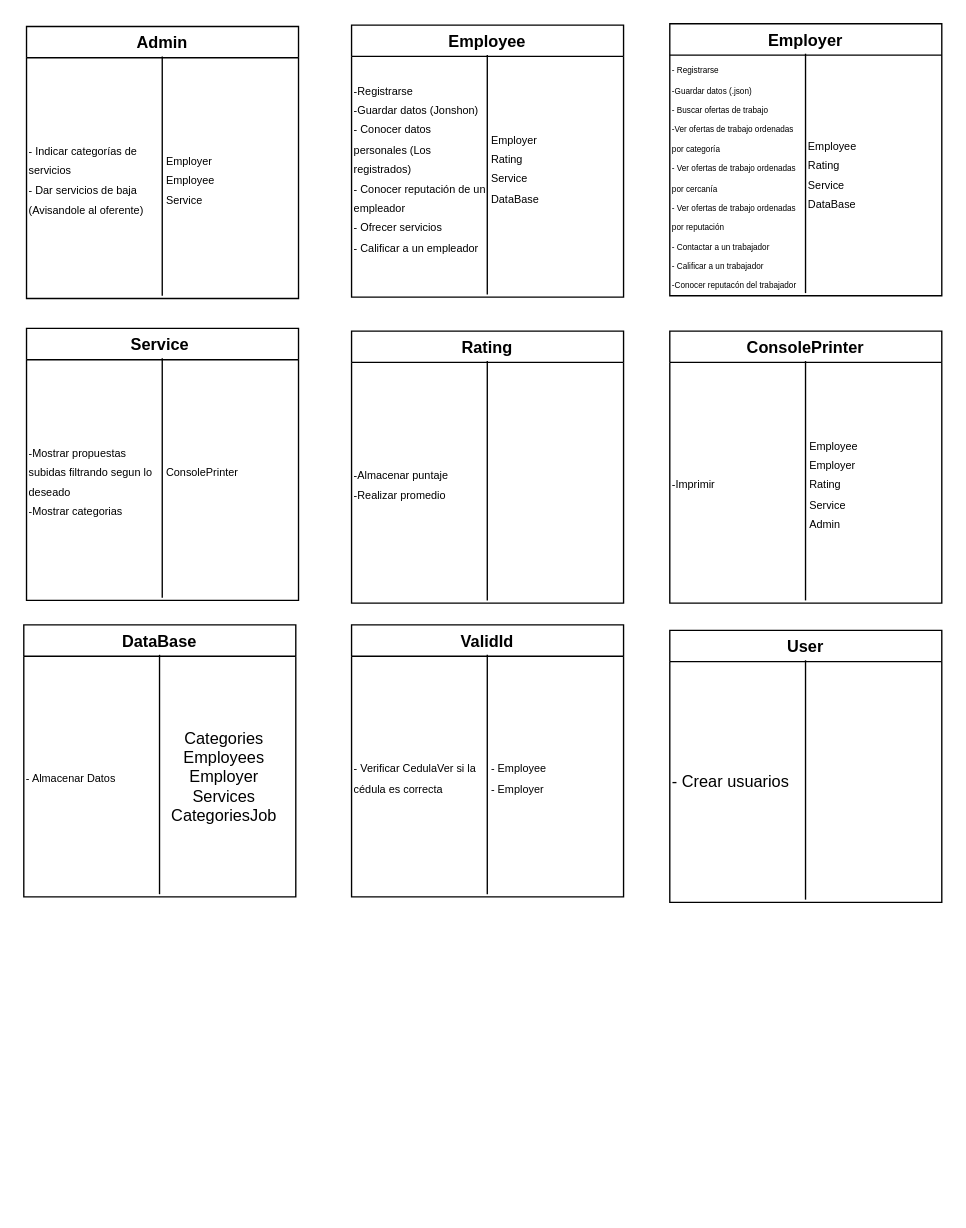
Above: Tarjetas CRC.drawio in charlis96/Proyecto_Chatbot (draw.io), before the change. Source tidied: cells renumbered, new cells numbered last; positions are measured from the earlier drawing's top-left corner, leaving out a move shared by most shapes. Both pictures are drawn from the tidied source at 136%, with x=0, y=0 at pixel (23, 23).
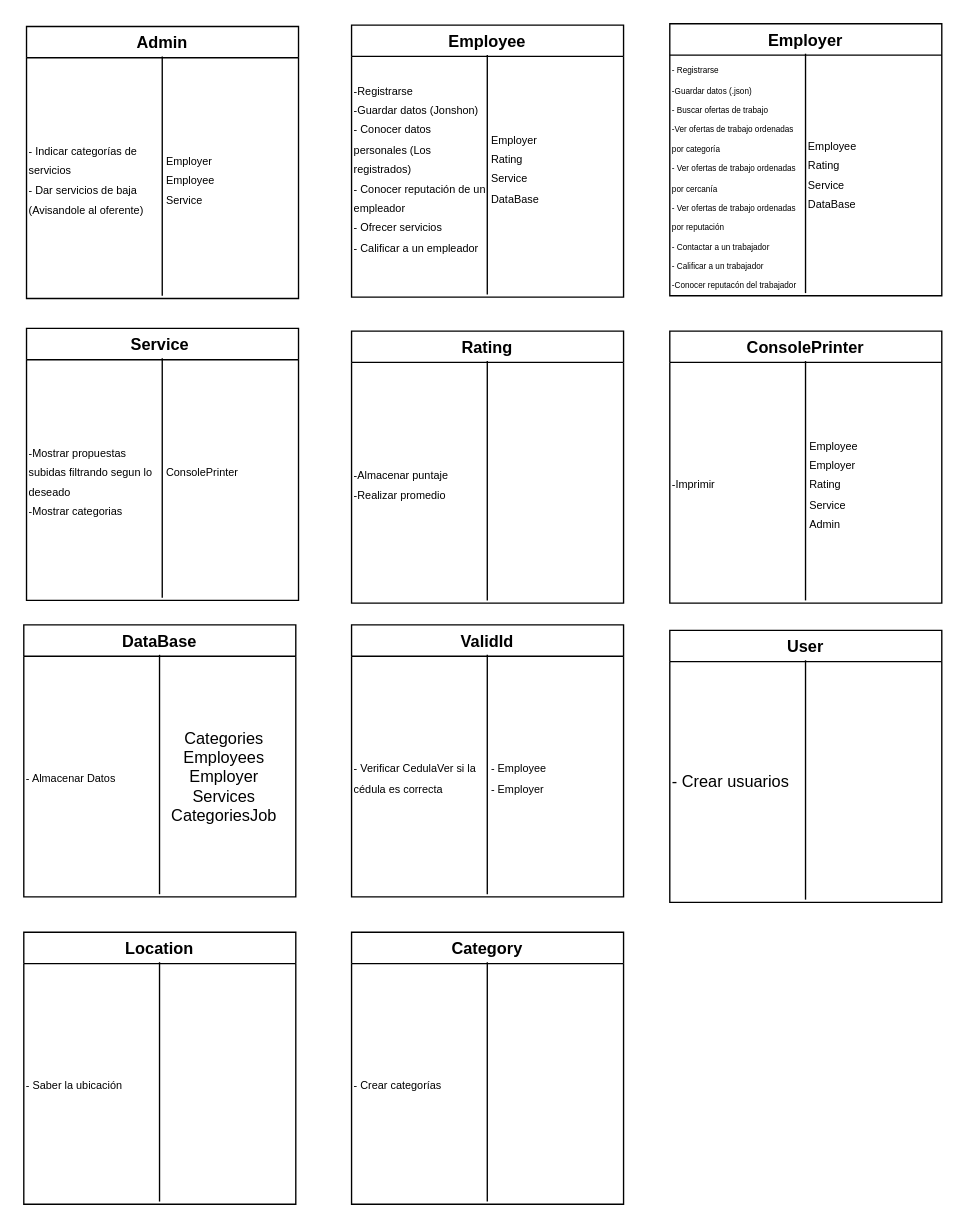
The same diagram, later.

The edit, as a diff of the source:
```diff
@@
+    <mxCell id="39" value="Location" style="swimlane;" parent="1" vertex="1">
+      <mxGeometry y="668" width="200" height="200" as="geometry" />
+    </mxCell>
+    <mxCell id="40" style="endArrow=none;html=1;rounded=0;" parent="39" edge="1">
+      <mxGeometry relative="1" as="geometry">
+        <mxPoint x="99.8" y="198" as="sourcePoint" />
+        <mxPoint x="99.8" y="22" as="targetPoint" />
+      </mxGeometry>
+    </mxCell>
+    <mxCell id="41" value="&lt;span style=&quot;font-size: 8px&quot;&gt;- Saber la ubicación&lt;br&gt;&lt;/span&gt;" style="text;html=1;strokeColor=none;fillColor=none;align=left;verticalAlign=middle;whiteSpace=wrap;rounded=0;" parent="39" vertex="1">
+      <mxGeometry y="24" width="99" height="176" as="geometry" />
+    </mxCell>
+    <mxCell id="42" value="&lt;span style=&quot;font-size: 8px&quot;&gt;&lt;br&gt;&lt;/span&gt;" style="text;html=1;strokeColor=none;fillColor=none;align=left;verticalAlign=middle;whiteSpace=wrap;rounded=0;" parent="39" vertex="1">
+      <mxGeometry x="101" y="24" width="99" height="176" as="geometry" />
+    </mxCell>
+    <mxCell id="43" value="Category" style="swimlane;" parent="1" vertex="1">
+      <mxGeometry x="241" y="668" width="200" height="200" as="geometry" />
+    </mxCell>
+    <mxCell id="44" style="endArrow=none;html=1;rounded=0;" parent="43" edge="1">
+      <mxGeometry relative="1" as="geometry">
+        <mxPoint x="99.8" y="198" as="sourcePoint" />
+        <mxPoint x="99.8" y="22" as="targetPoint" />
+      </mxGeometry>
+    </mxCell>
+    <mxCell id="45" value="&lt;span style=&quot;font-size: 8px&quot;&gt;- Crear categorías&lt;br&gt;&lt;/span&gt;" style="text;html=1;strokeColor=none;fillColor=none;align=left;verticalAlign=middle;whiteSpace=wrap;rounded=0;" parent="43" vertex="1">
+      <mxGeometry y="24" width="99" height="176" as="geometry" />
+    </mxCell>
+    <mxCell id="46" value="&lt;span style=&quot;font-size: 8px&quot;&gt;&lt;br&gt;&lt;/span&gt;" style="text;html=1;strokeColor=none;fillColor=none;align=left;verticalAlign=middle;whiteSpace=wrap;rounded=0;" parent="43" vertex="1">
+      <mxGeometry x="101" y="24" width="99" height="176" as="geometry" />
+    </mxCell>
```
